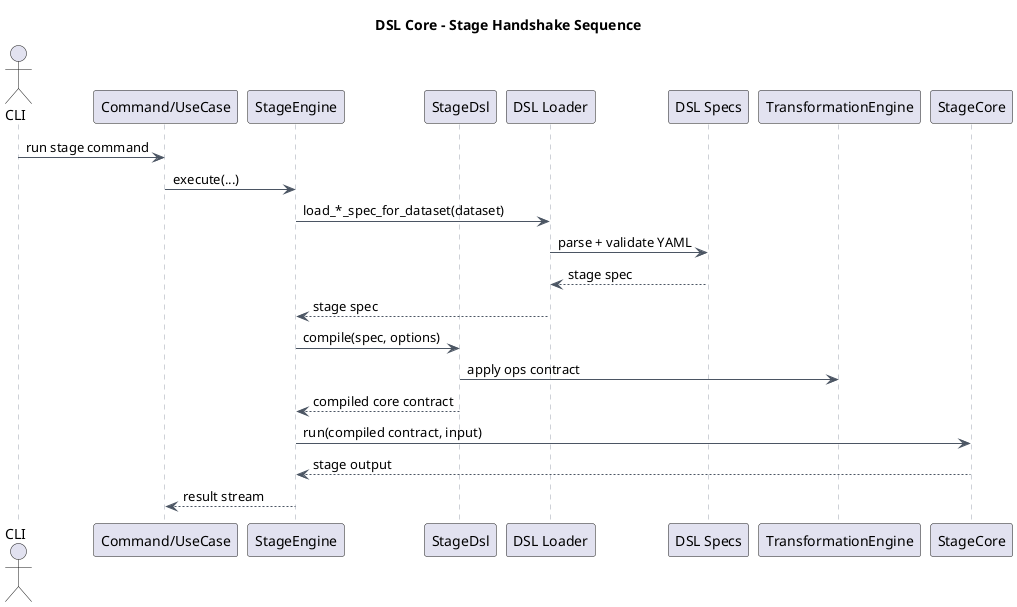
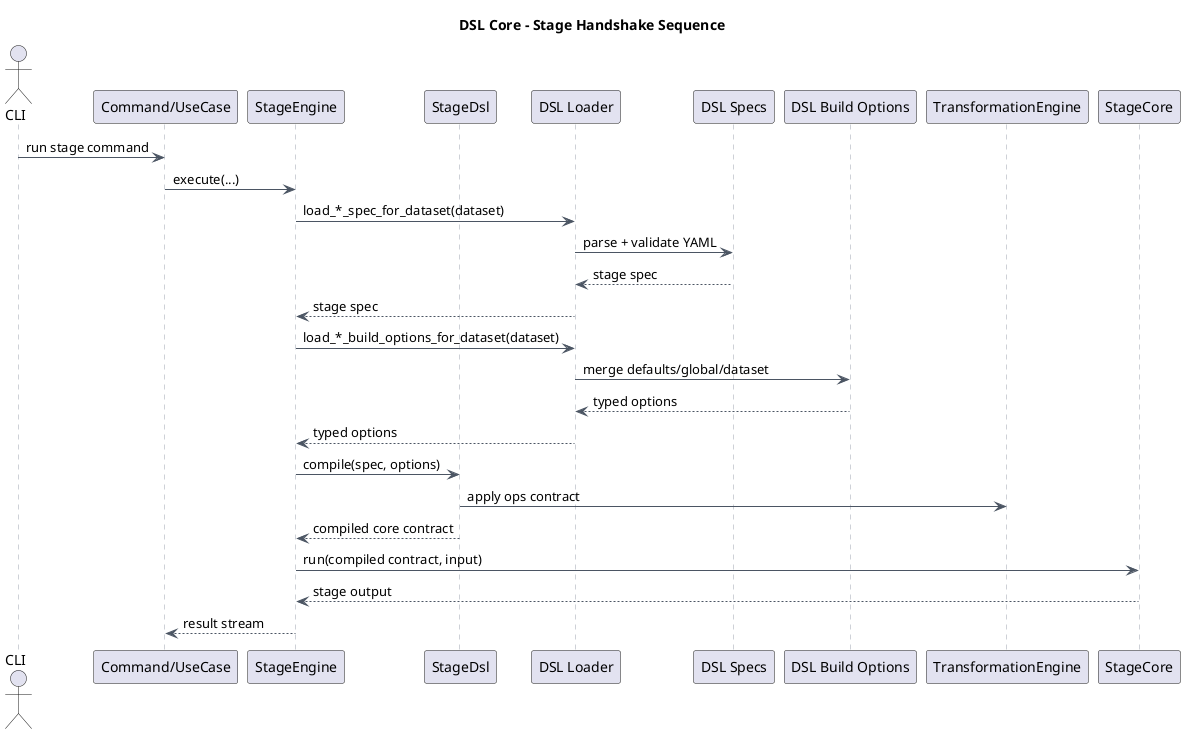
@startuml
title DSL Core - Stage Handshake Sequence

skinparam backgroundColor white
skinparam defaultFontName Arial
skinparam linetype ortho
skinparam sequence {
  ArrowColor #4b5563
  LifeLineBorderColor #9ca3af
}

actor CLI
participant "Command/UseCase" as UC
participant "StageEngine" as StageEngine
participant "StageDsl" as StageDsl
participant "DSL Loader" as Loader
participant "DSL Specs" as Specs
+ participant "DSL Build Options" as Options
participant "TransformationEngine" as TransformEngine
participant "StageCore" as StageCore

CLI -> UC: run stage command
UC -> StageEngine: execute(...)
StageEngine -> Loader: load_*_spec_for_dataset(dataset)
Loader -> Specs: parse + validate YAML
Specs --> Loader: stage spec
Loader --> StageEngine: stage spec
+ StageEngine -> Loader: load_*_build_options_for_dataset(dataset)
+ Loader -> Options: merge defaults/global/dataset
+ Options --> Loader: typed options
+ Loader --> StageEngine: typed options

StageEngine -> StageDsl: compile(spec, options)
StageDsl -> TransformEngine: apply ops contract
StageDsl --> StageEngine: compiled core contract
StageEngine -> StageCore: run(compiled contract, input)
StageCore --> StageEngine: stage output
StageEngine --> UC: result stream

@enduml
